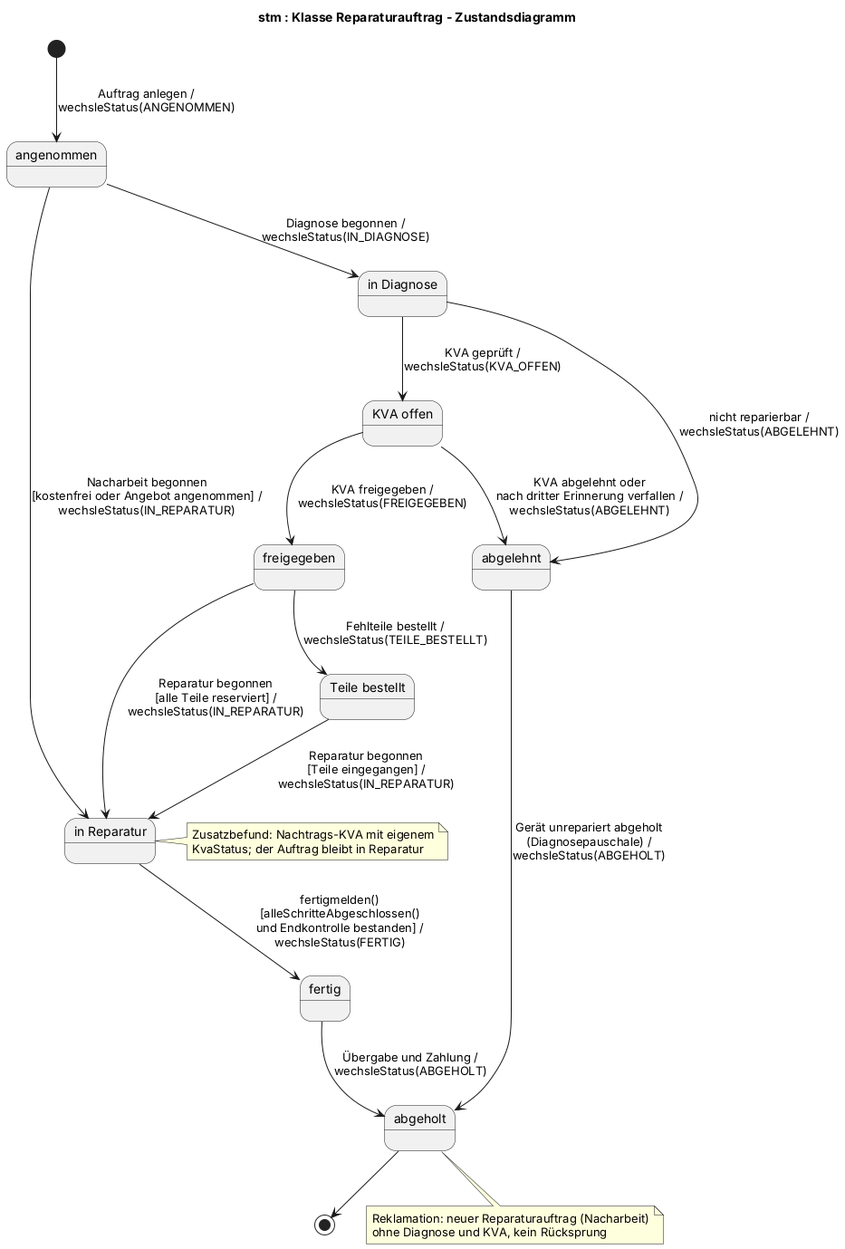
jakobschwan123-cmd/casestudy-semester-3 keeps this PlantUML diagram as uml/zustand-reparaturauftrag.png. Above is the earlier version.
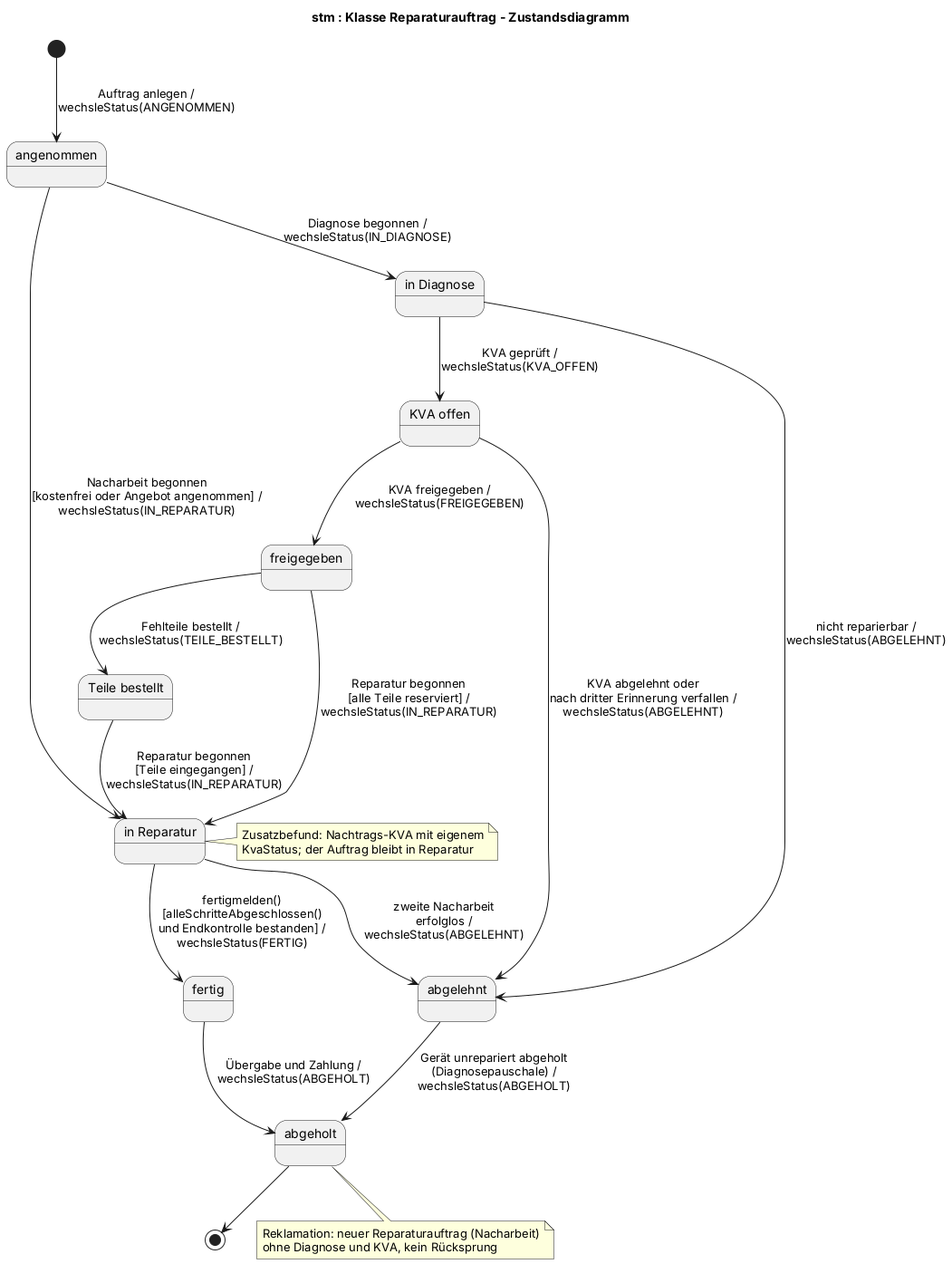
After the commit.

The edit, as a diff of the source:
```diff
@@ -20,6 +20,7 @@
 freigegeben --> inReparatur : Reparatur begonnen\n[alle Teile reserviert] /\nwechsleStatus(IN_REPARATUR)
 teileBestellt --> inReparatur : Reparatur begonnen\n[Teile eingegangen] /\nwechsleStatus(IN_REPARATUR)
 angenommen --> inReparatur : Nacharbeit begonnen\n[kostenfrei oder Angebot angenommen] /\nwechsleStatus(IN_REPARATUR)
+inReparatur --> abgelehnt : zweite Nacharbeit\nerfolglos /\nwechsleStatus(ABGELEHNT)
 inReparatur --> fertig : fertigmelden()\n[alleSchritteAbgeschlossen()\nund Endkontrolle bestanden] /\nwechsleStatus(FERTIG)
 fertig --> abgeholt : Übergabe und Zahlung /\nwechsleStatus(ABGEHOLT)
 abgelehnt --> abgeholt : Gerät unrepariert abgeholt\n(Diagnosepauschale) /\nwechsleStatus(ABGEHOLT)
```
